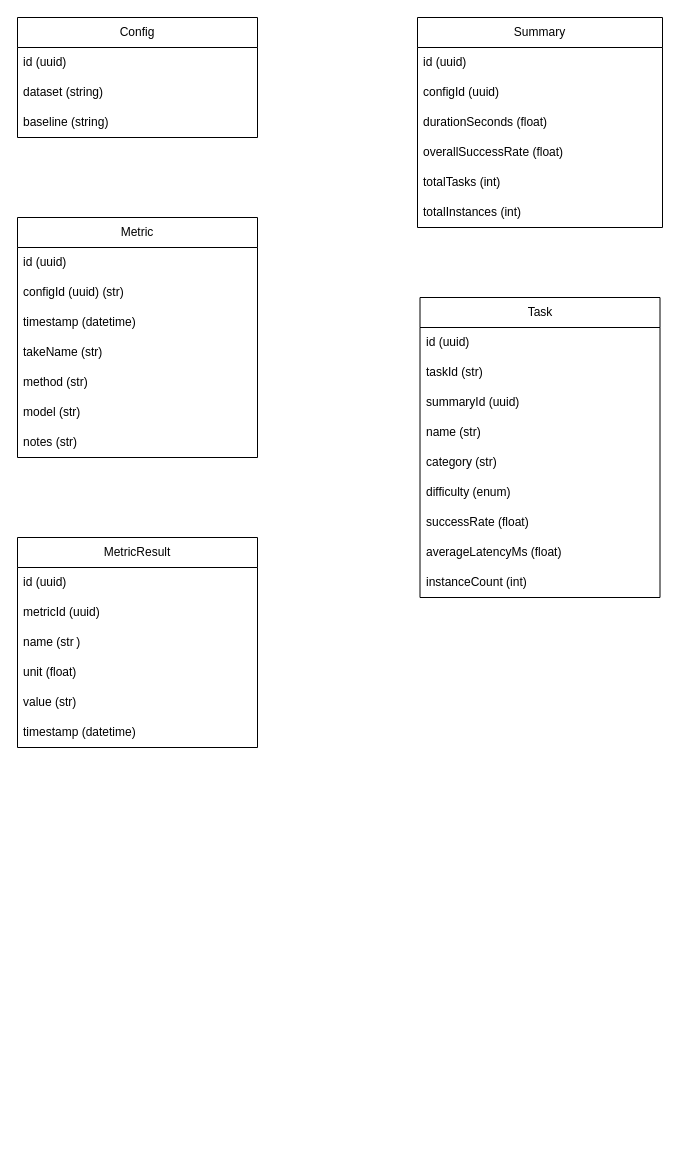
XY-Corp/CompiledAI keeps this draw.io diagram as analytics/bg_tables.drawio. Above is the earlier version. Source tidied: cells renumbered, new cells numbered last; positions are measured from the earlier drawing's top-left corner, leaving out a move shared by most shapes. Both pictures are drawn from the tidied source at 100%, with x=0, y=0 at pixel (17, 17).
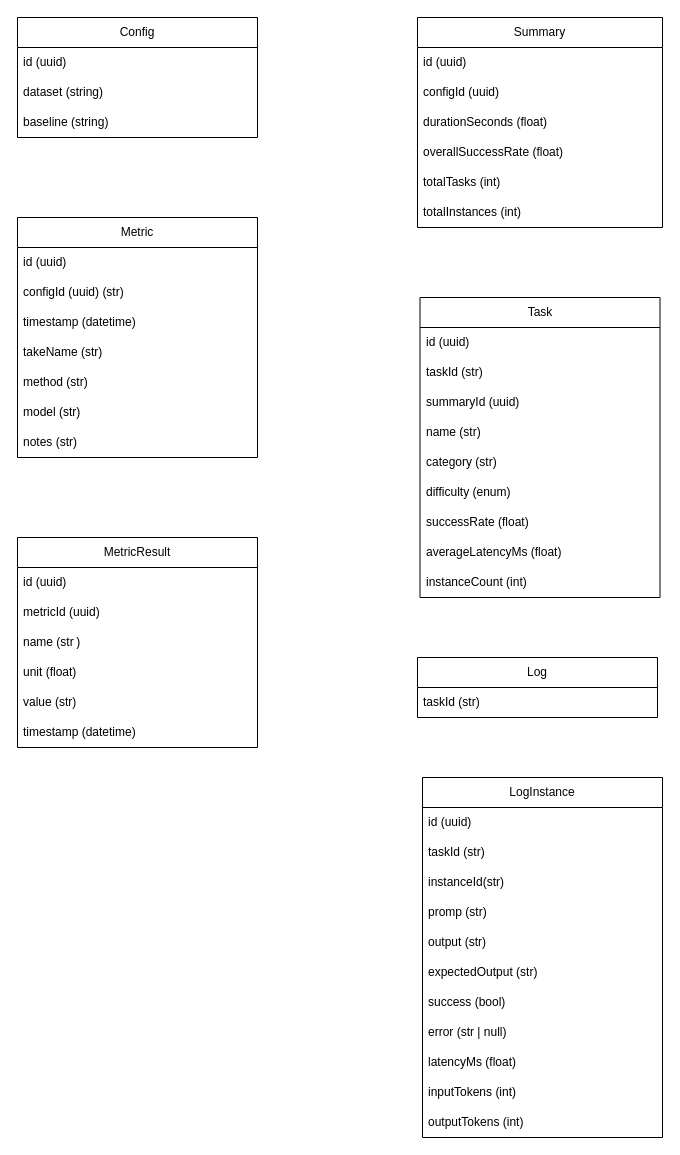
After the change.

Commit message (it also covers changes not shown here):
update db diagram and table defs with log and logInstance table defs

What changed in the source:
```diff
@@
+    <mxCell id="38" value="Log" style="swimlane;fontStyle=0;horizontal=1;startSize=30;whiteSpace=wrap;html=1;" parent="1" vertex="1">
+      <mxGeometry x="400" y="640" width="240" height="60" as="geometry" />
+    </mxCell>
+    <mxCell id="39" value="taskId (str)" style="text;strokeColor=none;fillColor=none;align=left;verticalAlign=middle;spacingLeft=4;spacingRight=4;overflow=hidden;whiteSpace=wrap;html=1;" parent="38" vertex="1">
+      <mxGeometry y="30" width="240" height="30" as="geometry" />
+    </mxCell>
+    <mxCell id="40" value="LogInstance" style="swimlane;fontStyle=0;horizontal=1;startSize=30;whiteSpace=wrap;html=1;" parent="1" vertex="1">
+      <mxGeometry x="405" y="760" width="240" height="360" as="geometry" />
+    </mxCell>
+    <mxCell id="41" value="id (uuid)" style="text;strokeColor=none;fillColor=none;align=left;verticalAlign=middle;spacingLeft=4;spacingRight=4;overflow=hidden;whiteSpace=wrap;html=1;" parent="40" vertex="1">
+      <mxGeometry y="30" width="240" height="30" as="geometry" />
+    </mxCell>
+    <mxCell id="42" value="taskId (str)" style="text;strokeColor=none;fillColor=none;align=left;verticalAlign=middle;spacingLeft=4;spacingRight=4;overflow=hidden;whiteSpace=wrap;html=1;" parent="40" vertex="1">
+      <mxGeometry y="60" width="240" height="30" as="geometry" />
+    </mxCell>
+    <mxCell id="43" value="instanceId(str)" style="text;strokeColor=none;fillColor=none;align=left;verticalAlign=middle;spacingLeft=4;spacingRight=4;overflow=hidden;whiteSpace=wrap;html=1;" parent="40" vertex="1">
+      <mxGeometry y="90" width="240" height="30" as="geometry" />
+    </mxCell>
+    <mxCell id="44" value="promp (str)" style="text;strokeColor=none;fillColor=none;align=left;verticalAlign=middle;spacingLeft=4;spacingRight=4;overflow=hidden;whiteSpace=wrap;html=1;" parent="40" vertex="1">
+      <mxGeometry y="120" width="240" height="30" as="geometry" />
+    </mxCell>
+    <mxCell id="45" value="output (str)" style="text;strokeColor=none;fillColor=none;align=left;verticalAlign=middle;spacingLeft=4;spacingRight=4;overflow=hidden;whiteSpace=wrap;html=1;" parent="40" vertex="1">
+      <mxGeometry y="150" width="240" height="30" as="geometry" />
+    </mxCell>
+    <mxCell id="46" value="expectedOutput (str)" style="text;strokeColor=none;fillColor=none;align=left;verticalAlign=middle;spacingLeft=4;spacingRight=4;overflow=hidden;whiteSpace=wrap;html=1;" parent="40" vertex="1">
+      <mxGeometry y="180" width="240" height="30" as="geometry" />
+    </mxCell>
+    <mxCell id="47" value="success (bool)" style="text;strokeColor=none;fillColor=none;align=left;verticalAlign=middle;spacingLeft=4;spacingRight=4;overflow=hidden;whiteSpace=wrap;html=1;" parent="40" vertex="1">
+      <mxGeometry y="210" width="240" height="30" as="geometry" />
+    </mxCell>
+    <mxCell id="48" value="error (str | null)" style="text;strokeColor=none;fillColor=none;align=left;verticalAlign=middle;spacingLeft=4;spacingRight=4;overflow=hidden;whiteSpace=wrap;html=1;" parent="40" vertex="1">
+      <mxGeometry y="240" width="240" height="30" as="geometry" />
+    </mxCell>
+    <mxCell id="49" value="latencyMs (float)" style="text;strokeColor=none;fillColor=none;align=left;verticalAlign=middle;spacingLeft=4;spacingRight=4;overflow=hidden;whiteSpace=wrap;html=1;" parent="40" vertex="1">
+      <mxGeometry y="270" width="240" height="30" as="geometry" />
+    </mxCell>
+    <mxCell id="50" value="inputTokens (int)" style="text;strokeColor=none;fillColor=none;align=left;verticalAlign=middle;spacingLeft=4;spacingRight=4;overflow=hidden;whiteSpace=wrap;html=1;" parent="40" vertex="1">
+      <mxGeometry y="300" width="240" height="30" as="geometry" />
+    </mxCell>
+    <mxCell id="51" value="outputTokens (int)" style="text;strokeColor=none;fillColor=none;align=left;verticalAlign=middle;spacingLeft=4;spacingRight=4;overflow=hidden;whiteSpace=wrap;html=1;" parent="40" vertex="1">
+      <mxGeometry y="330" width="240" height="30" as="geometry" />
+    </mxCell>
```
